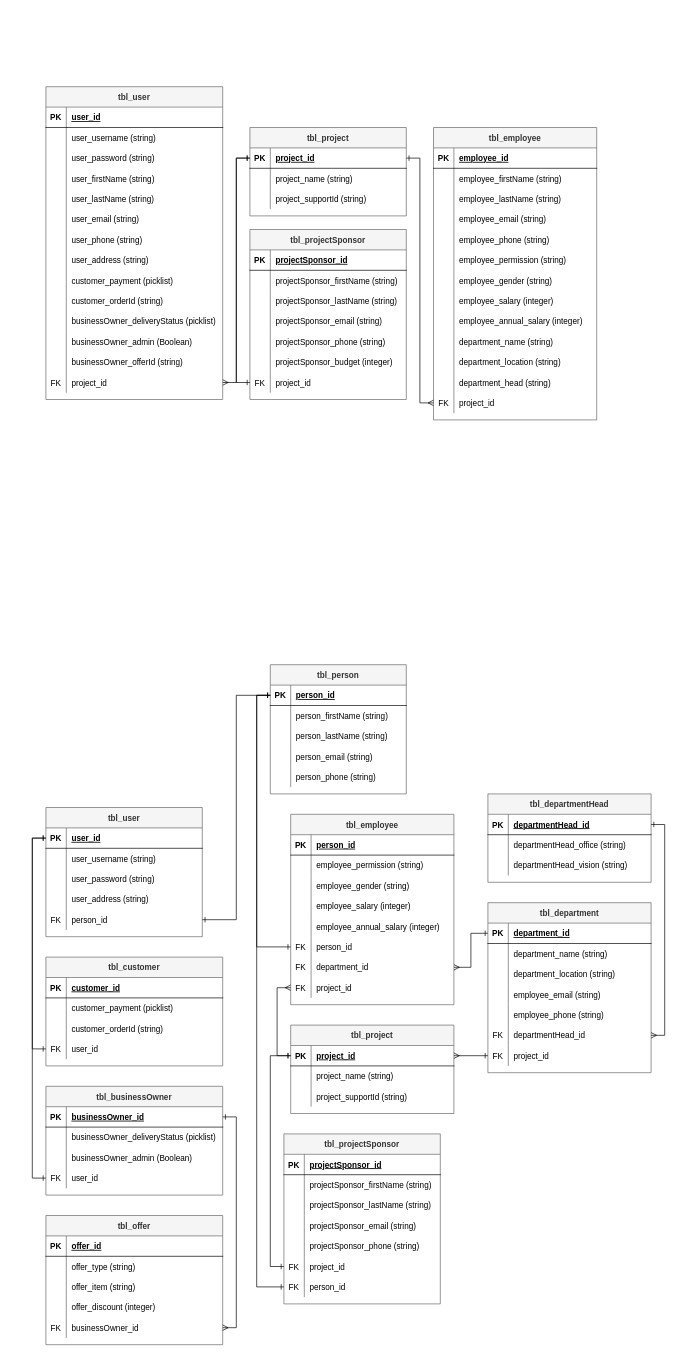
Before: uagc/cpt310/Online Food Ordering Database Updated.drawio in chongjk88/education, a draw.io diagram. Source tidied: cells renumbered, new cells numbered last; positions are measured from the earlier drawing's top-left corner, leaving out a move shared by most shapes. Both pictures are drawn from the tidied source at 68%, with x=0, y=0 at pixel (46, 86).
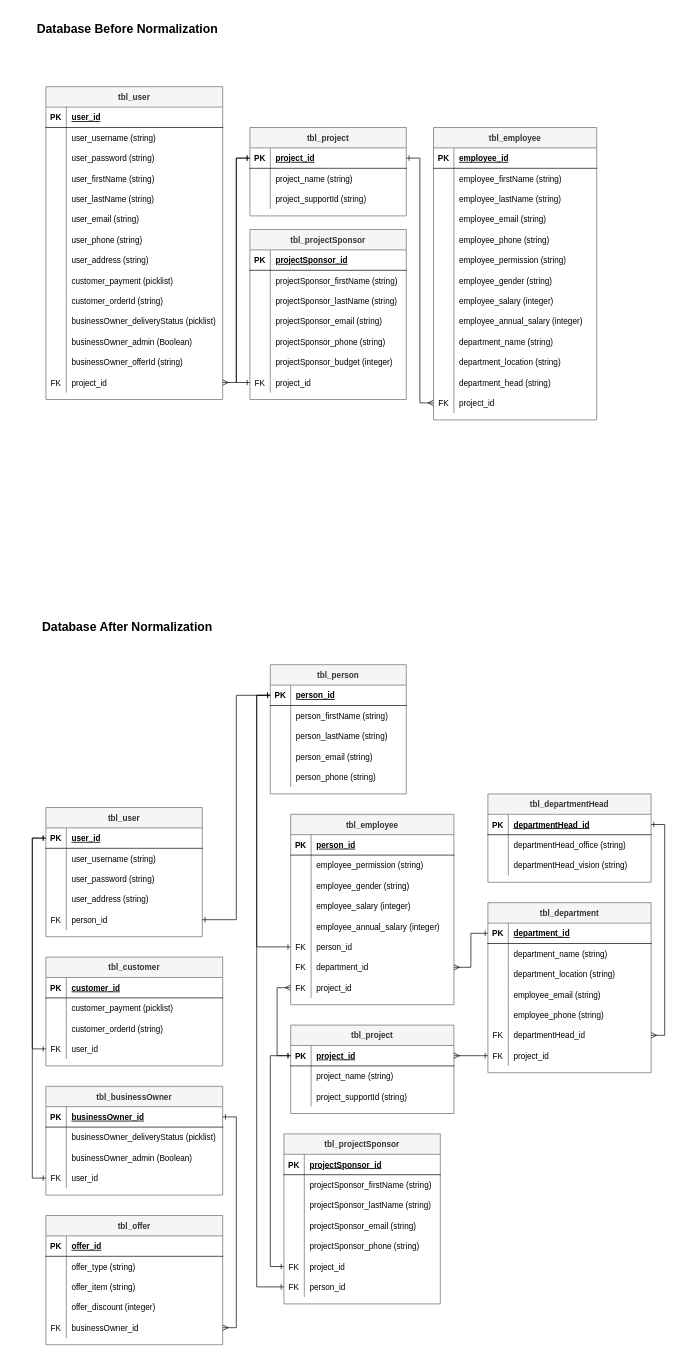
The same page after the edit.

Diff of the diagram source:
```diff
@@
+    <mxCell id="294" value="&lt;h2&gt;Database After Normalization&lt;/h2&gt;" style="text;html=1;strokeColor=none;fillColor=none;align=center;verticalAlign=middle;whiteSpace=wrap;rounded=0;" parent="1" vertex="1">
+      <mxGeometry x="-50" y="770" width="340" height="50" as="geometry" />
+    </mxCell>
+    <mxCell id="295" value="&lt;h2&gt;Database Before Normalization&lt;/h2&gt;" style="text;html=1;strokeColor=none;fillColor=none;align=center;verticalAlign=middle;whiteSpace=wrap;rounded=0;" parent="1" vertex="1">
+      <mxGeometry x="-50" y="-110" width="340" height="50" as="geometry" />
+    </mxCell>
```
